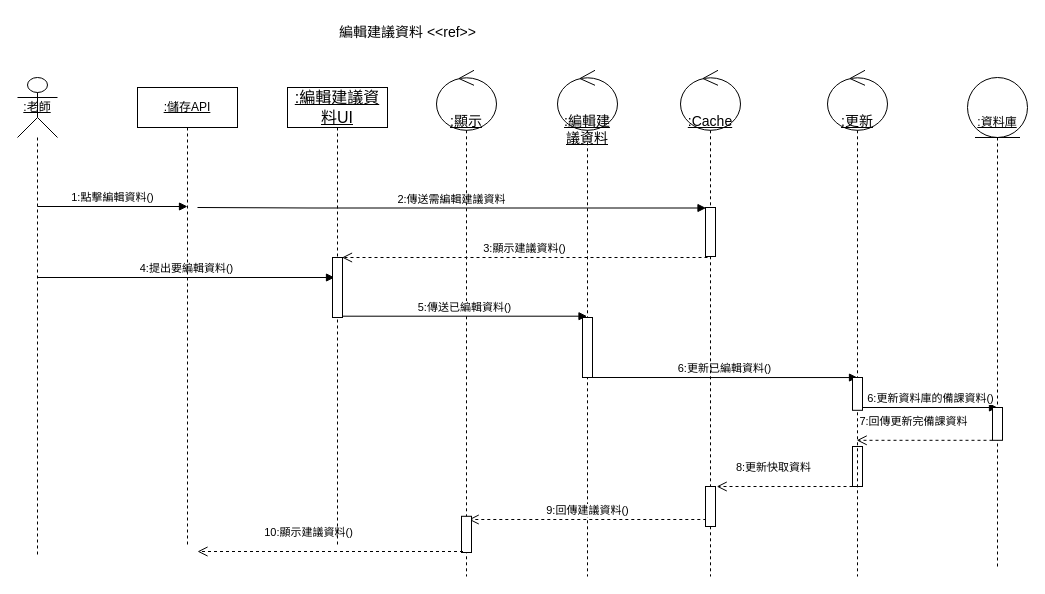
The draw.io diagram 循序圖(編輯建議備課資料).drawio in Kevincheng0804/System-analysis, before the edit. Source tidied: cells renumbered, new cells numbered last; positions are measured from the earlier drawing's top-left corner, leaving out a move shared by most shapes. Both pictures are drawn from the tidied source at 100%, with x=0, y=0 at pixel (17, 17).
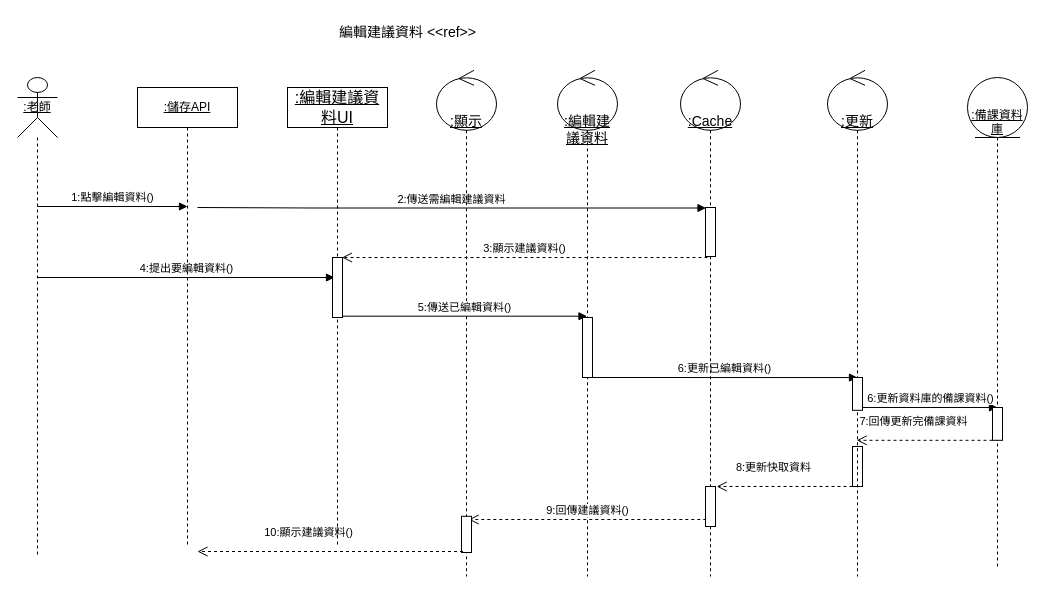
Above is the later version.

What changed in the source:
```diff
@@
-    <mxCell id="22" value="&lt;div&gt;&lt;u&gt;&lt;br&gt;&lt;/u&gt;&lt;/div&gt;&lt;u&gt;&lt;div&gt;&lt;u&gt;&lt;br&gt;&lt;/u&gt;&lt;/div&gt;:資料庫&lt;/u&gt;" style="shape=umlLifeline;perimeter=lifelinePerimeter;whiteSpace=wrap;html=1;newEdgeStyle={&quot;curved&quot;:0,&quot;rounded&quot;:0};participant=umlEntity;size=60;" parent="1" vertex="1">
+    <mxCell id="22" value="&lt;div&gt;&lt;u&gt;&lt;br&gt;&lt;/u&gt;&lt;/div&gt;&lt;u&gt;&lt;div&gt;&lt;u&gt;&lt;br&gt;&lt;/u&gt;&lt;/div&gt;:備課資料庫&lt;/u&gt;" style="shape=umlLifeline;perimeter=lifelinePerimeter;whiteSpace=wrap;html=1;newEdgeStyle={&quot;curved&quot;:0,&quot;rounded&quot;:0};participant=umlEntity;size=60;" parent="1" vertex="1">
       <mxGeometry x="950" y="60" width="60" height="490" as="geometry" />
     </mxCell>
```
